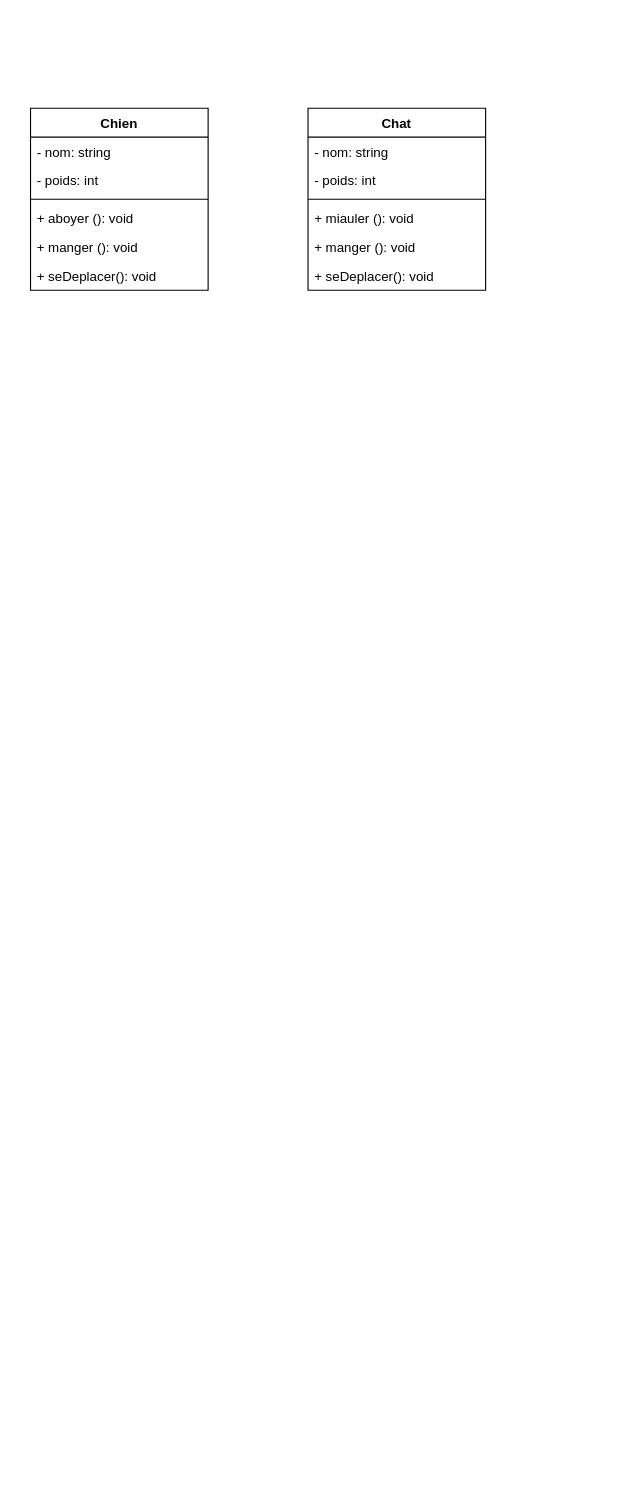
This is NotesCours/ClassesAbstraites/schema.drawio from choquitofrito/Int3-WAD-POO, a draw.io file, before an edit. Source tidied: cells renumbered, new cells numbered last; positions are measured from the earlier drawing's top-left corner, leaving out a move shared by most shapes. Both pictures are drawn from the tidied source at 111%, with x=0, y=0 at pixel (30, 108).
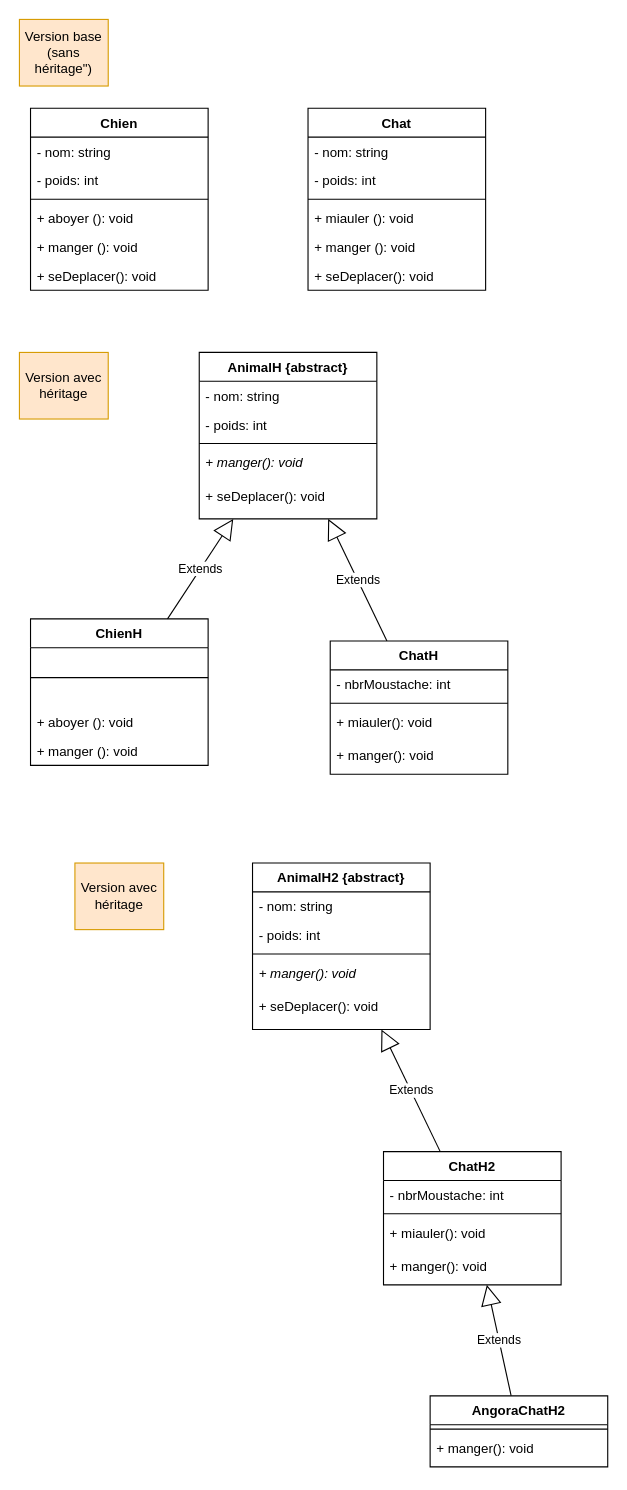
Above is the later version.

Diff of the diagram source:
```diff
@@
+    <mxCell id="16" value="ChienH" style="swimlane;fontStyle=1;align=center;verticalAlign=top;horizontal=1;startSize=26;" parent="1" vertex="1">
+      <mxGeometry y="460" width="160" height="132" as="geometry" />
+    </mxCell>
+    <mxCell id="17" style="line;strokeWidth=1;fillColor=none;align=left;verticalAlign=middle;spacingTop=-1;spacingLeft=3;spacingRight=3;labelPosition=right;" parent="16" vertex="1">
+      <mxGeometry y="26" width="160" height="54" as="geometry" />
+    </mxCell>
+    <mxCell id="18" value="+ aboyer (): void" style="text;strokeColor=none;fillColor=none;align=left;verticalAlign=top;spacingLeft=4;spacingRight=4;overflow=hidden;" parent="16" vertex="1">
+      <mxGeometry y="80" width="160" height="26" as="geometry" />
+    </mxCell>
+    <mxCell id="19" value="+ manger (): void" style="text;strokeColor=none;fillColor=none;align=left;verticalAlign=top;spacingLeft=4;spacingRight=4;overflow=hidden;" parent="16" vertex="1">
+      <mxGeometry y="106" width="160" height="26" as="geometry" />
+    </mxCell>
+    <mxCell id="20" value="AnimalH {abstract}" style="swimlane;fontStyle=1;align=center;verticalAlign=top;horizontal=1;startSize=26;" parent="1" vertex="1">
+      <mxGeometry x="152" y="220" width="160" height="150" as="geometry" />
+    </mxCell>
+    <mxCell id="21" value="- nom: string " style="text;strokeColor=none;fillColor=none;align=left;verticalAlign=top;spacingLeft=4;spacingRight=4;overflow=hidden;" parent="20" vertex="1">
+      <mxGeometry y="26" width="160" height="26" as="geometry" />
+    </mxCell>
+    <mxCell id="22" value="- poids: int" style="text;strokeColor=none;fillColor=none;align=left;verticalAlign=top;spacingLeft=4;spacingRight=4;overflow=hidden;" parent="20" vertex="1">
+      <mxGeometry y="52" width="160" height="26" as="geometry" />
+    </mxCell>
+    <mxCell id="23" style="line;strokeWidth=1;fillColor=none;align=left;verticalAlign=middle;spacingTop=-1;spacingLeft=3;spacingRight=3;labelPosition=right;" parent="20" vertex="1">
+      <mxGeometry y="78" width="160" height="8" as="geometry" />
+    </mxCell>
+    <mxCell id="24" value="+ manger(): void" style="text;strokeColor=none;fillColor=none;align=left;verticalAlign=top;spacingLeft=4;spacingRight=4;overflow=hidden;fontStyle=2;" parent="20" vertex="1">
+      <mxGeometry y="86" width="160" height="30" as="geometry" />
+    </mxCell>
+    <mxCell id="25" value="+ seDeplacer(): void" style="text;strokeColor=none;fillColor=none;align=left;verticalAlign=top;spacingLeft=4;spacingRight=4;overflow=hidden;" parent="20" vertex="1">
+      <mxGeometry y="116" width="160" height="34" as="geometry" />
+    </mxCell>
+    <mxCell id="26" value="Version base (sans héritage&quot;)" style="text;html=1;strokeColor=#d79b00;fillColor=#ffe6cc;align=center;verticalAlign=middle;whiteSpace=wrap;rounded=0;" parent="1" vertex="1">
+      <mxGeometry x="-10" y="-80" width="80" height="60" as="geometry" />
+    </mxCell>
+    <mxCell id="27" value="Version avec héritage" style="text;html=1;strokeColor=#d79b00;fillColor=#ffe6cc;align=center;verticalAlign=middle;whiteSpace=wrap;rounded=0;" parent="1" vertex="1">
+      <mxGeometry x="-10" y="220" width="80" height="60" as="geometry" />
+    </mxCell>
+    <mxCell id="28" value="Extends" style="endArrow=block;endSize=16;endFill=0;html=1;" parent="1" edge="1" source="16" target="20">
+      <mxGeometry relative="1" as="geometry" />
+    </mxCell>
+    <mxCell id="29" value="Extends" style="endArrow=block;endSize=16;endFill=0;html=1;" parent="1" edge="1" source="30" target="20">
+      <mxGeometry relative="1" as="geometry" />
+    </mxCell>
+    <mxCell id="30" value="ChatH" style="swimlane;fontStyle=1;align=center;verticalAlign=top;horizontal=1;startSize=26;" parent="1" vertex="1">
+      <mxGeometry x="270" y="480" width="160" height="120" as="geometry" />
+    </mxCell>
+    <mxCell id="31" value="- nbrMoustache: int " style="text;strokeColor=none;fillColor=none;align=left;verticalAlign=top;spacingLeft=4;spacingRight=4;overflow=hidden;" parent="30" vertex="1">
+      <mxGeometry y="26" width="160" height="26" as="geometry" />
+    </mxCell>
+    <mxCell id="32" style="line;strokeWidth=1;fillColor=none;align=left;verticalAlign=middle;spacingTop=-1;spacingLeft=3;spacingRight=3;labelPosition=right;" parent="30" vertex="1">
+      <mxGeometry y="52" width="160" height="8" as="geometry" />
+    </mxCell>
+    <mxCell id="33" value="+ miauler(): void" style="text;strokeColor=none;fillColor=none;align=left;verticalAlign=top;spacingLeft=4;spacingRight=4;overflow=hidden;fontStyle=0;" parent="30" vertex="1">
+      <mxGeometry y="60" width="160" height="30" as="geometry" />
+    </mxCell>
+    <mxCell id="34" value="+ manger(): void" style="text;strokeColor=none;fillColor=none;align=left;verticalAlign=top;spacingLeft=4;spacingRight=4;overflow=hidden;fontStyle=0;" parent="30" vertex="1">
+      <mxGeometry y="90" width="160" height="30" as="geometry" />
+    </mxCell>
+    <mxCell id="35" value="AnimalH2 {abstract}" style="swimlane;fontStyle=1;align=center;verticalAlign=top;horizontal=1;startSize=26;" parent="1" vertex="1">
+      <mxGeometry x="200" y="680" width="160" height="150" as="geometry" />
+    </mxCell>
+    <mxCell id="36" value="- nom: string " style="text;strokeColor=none;fillColor=none;align=left;verticalAlign=top;spacingLeft=4;spacingRight=4;overflow=hidden;" parent="35" vertex="1">
+      <mxGeometry y="26" width="160" height="26" as="geometry" />
+    </mxCell>
+    <mxCell id="37" value="- poids: int" style="text;strokeColor=none;fillColor=none;align=left;verticalAlign=top;spacingLeft=4;spacingRight=4;overflow=hidden;" parent="35" vertex="1">
+      <mxGeometry y="52" width="160" height="26" as="geometry" />
+    </mxCell>
+    <mxCell id="38" style="line;strokeWidth=1;fillColor=none;align=left;verticalAlign=middle;spacingTop=-1;spacingLeft=3;spacingRight=3;labelPosition=right;" parent="35" vertex="1">
+      <mxGeometry y="78" width="160" height="8" as="geometry" />
+    </mxCell>
+    <mxCell id="39" value="+ manger(): void" style="text;strokeColor=none;fillColor=none;align=left;verticalAlign=top;spacingLeft=4;spacingRight=4;overflow=hidden;fontStyle=2;" parent="35" vertex="1">
+      <mxGeometry y="86" width="160" height="30" as="geometry" />
+    </mxCell>
+    <mxCell id="40" value="+ seDeplacer(): void" style="text;strokeColor=none;fillColor=none;align=left;verticalAlign=top;spacingLeft=4;spacingRight=4;overflow=hidden;" parent="35" vertex="1">
+      <mxGeometry y="116" width="160" height="34" as="geometry" />
+    </mxCell>
+    <mxCell id="41" value="Extends" style="endArrow=block;endSize=16;endFill=0;html=1;" parent="1" edge="1" source="42" target="35">
+      <mxGeometry relative="1" as="geometry" />
+    </mxCell>
+    <mxCell id="42" value="ChatH2" style="swimlane;fontStyle=1;align=center;verticalAlign=top;horizontal=1;startSize=26;" parent="1" vertex="1">
+      <mxGeometry x="318" y="940" width="160" height="120" as="geometry" />
+    </mxCell>
+    <mxCell id="43" value="- nbrMoustache: int " style="text;strokeColor=none;fillColor=none;align=left;verticalAlign=top;spacingLeft=4;spacingRight=4;overflow=hidden;" parent="42" vertex="1">
+      <mxGeometry y="26" width="160" height="26" as="geometry" />
+    </mxCell>
+    <mxCell id="44" style="line;strokeWidth=1;fillColor=none;align=left;verticalAlign=middle;spacingTop=-1;spacingLeft=3;spacingRight=3;labelPosition=right;" parent="42" vertex="1">
+      <mxGeometry y="52" width="160" height="8" as="geometry" />
+    </mxCell>
+    <mxCell id="45" value="+ miauler(): void" style="text;strokeColor=none;fillColor=none;align=left;verticalAlign=top;spacingLeft=4;spacingRight=4;overflow=hidden;fontStyle=0;" parent="42" vertex="1">
+      <mxGeometry y="60" width="160" height="30" as="geometry" />
+    </mxCell>
+    <mxCell id="46" value="+ manger(): void" style="text;strokeColor=none;fillColor=none;align=left;verticalAlign=top;spacingLeft=4;spacingRight=4;overflow=hidden;fontStyle=0;" parent="42" vertex="1">
+      <mxGeometry y="90" width="160" height="30" as="geometry" />
+    </mxCell>
+    <mxCell id="47" value="Version avec héritage" style="text;html=1;strokeColor=#d79b00;fillColor=#ffe6cc;align=center;verticalAlign=middle;whiteSpace=wrap;rounded=0;" parent="1" vertex="1">
+      <mxGeometry x="40" y="680" width="80" height="60" as="geometry" />
+    </mxCell>
+    <mxCell id="48" value="Extends" style="endArrow=block;endSize=16;endFill=0;html=1;" parent="1" edge="1" source="49" target="42">
+      <mxGeometry relative="1" as="geometry" />
+    </mxCell>
+    <mxCell id="49" value="AngoraChatH2" style="swimlane;fontStyle=1;align=center;verticalAlign=top;horizontal=1;startSize=26;" parent="1" vertex="1">
+      <mxGeometry x="360" y="1160" width="160" height="64" as="geometry" />
+    </mxCell>
+    <mxCell id="50" style="line;strokeWidth=1;fillColor=none;align=left;verticalAlign=middle;spacingTop=-1;spacingLeft=3;spacingRight=3;labelPosition=right;" parent="49" vertex="1">
+      <mxGeometry y="26" width="160" height="8" as="geometry" />
+    </mxCell>
+    <mxCell id="51" value="+ manger(): void" style="text;strokeColor=none;fillColor=none;align=left;verticalAlign=top;spacingLeft=4;spacingRight=4;overflow=hidden;fontStyle=0;" parent="49" vertex="1">
+      <mxGeometry y="34" width="160" height="30" as="geometry" />
+    </mxCell>
```
